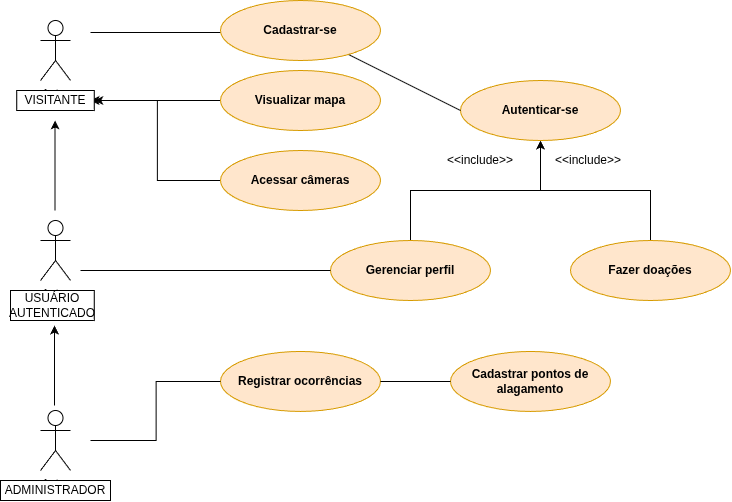
Before: images/DiagramaAQUA.drawio.png, a diagram exported from draw.io (AQUA-Monitoring/.github). Source tidied: cells renumbered, new cells last; positions are measured from the earlier drawing's top-left corner, leaving out a move shared by most shapes.
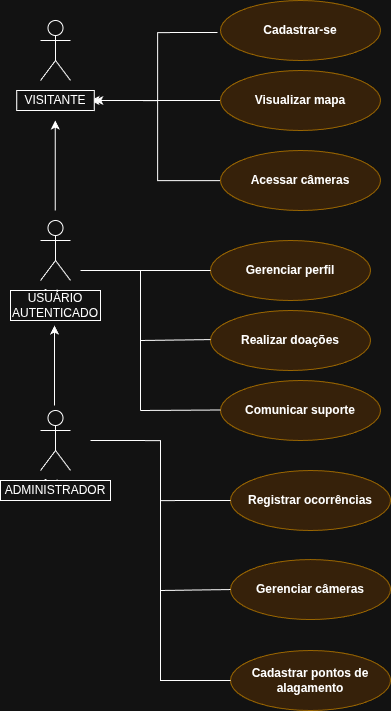
After the change.

Commit message:
DOCS: remove unnecessary actions

What changed in the source:
```diff
@@ -18,7 +18,7 @@
       <mxGeometry x="40" y="410" width="30" height="60" as="geometry" />
     </mxCell>
     <mxCell id="5" value="&lt;b&gt;Registrar ocorrências&lt;/b&gt;" style="ellipse;whiteSpace=wrap;html=1;fillColor=#ffe6cc;strokeColor=#d79b00;" parent="1" vertex="1">
-      <mxGeometry x="220" y="350.9" width="160" height="60" as="geometry" />
+      <mxGeometry x="230" y="470" width="160" height="60" as="geometry" />
     </mxCell>
     <mxCell id="6" style="edgeStyle=orthogonalEdgeStyle;rounded=0;jettySize=auto;html=1;" parent="1" edge="1" source="7">
       <mxGeometry relative="1" as="geometry">
@@ -29,35 +29,34 @@
       <mxGeometry x="220" y="70" width="160" height="60" as="geometry" />
     </mxCell>
     <mxCell id="8" style="edgeStyle=orthogonalEdgeStyle;rounded=0;jettySize=auto;html=1;entryX=1;entryY=0.5;entryDx=0;entryDy=0;" parent="1" edge="1" source="9" target="17">
-      <mxGeometry relative="1" as="geometry" />
+      <mxGeometry relative="1" as="geometry">
+        <Array as="points">
+          <mxPoint x="157" y="180" />
+          <mxPoint x="157" y="100" />
+        </Array>
+      </mxGeometry>
     </mxCell>
     <mxCell id="9" value="&lt;b&gt;Acessar câmeras&lt;/b&gt;" style="ellipse;whiteSpace=wrap;html=1;fillColor=#ffe6cc;strokeColor=#d79b00;" parent="1" vertex="1">
       <mxGeometry x="220" y="150" width="160" height="60" as="geometry" />
     </mxCell>
     <mxCell id="10" value="&lt;b&gt;Cadastrar pontos de alagamento&lt;/b&gt;" style="ellipse;whiteSpace=wrap;html=1;fillColor=#ffe6cc;strokeColor=#d79b00;" parent="1" vertex="1">
-      <mxGeometry x="450" y="350.9" width="160" height="60" as="geometry" />
+      <mxGeometry x="230" y="650" width="160" height="60" as="geometry" />
     </mxCell>
-    <mxCell id="11" style="edgeStyle=orthogonalEdgeStyle;rounded=0;jettySize=auto;html=1;entryX=0.5;entryY=1;entryDx=0;entryDy=0;" parent="1" edge="1" source="12" target="20">
-      <mxGeometry relative="1" as="geometry" />
-    </mxCell>
-    <mxCell id="12" value="&lt;b&gt;Fazer doações&lt;/b&gt;" style="ellipse;whiteSpace=wrap;html=1;fillColor=#ffe6cc;strokeColor=#d79b00;" parent="1" vertex="1">
-      <mxGeometry x="570" y="240" width="160" height="60" as="geometry" />
+    <mxCell id="12" value="&lt;b&gt;Realizar doações&lt;/b&gt;" style="ellipse;whiteSpace=wrap;html=1;fillColor=#ffe6cc;strokeColor=#d79b00;" parent="1" vertex="1">
+      <mxGeometry x="210" y="310" width="160" height="60" as="geometry" />
     </mxCell>
-    <mxCell id="13" style="edgeStyle=orthogonalEdgeStyle;rounded=0;jettySize=auto;html=1;entryX=0.5;entryY=1;entryDx=0;entryDy=0;" parent="1" edge="1" source="14" target="20">
-      <mxGeometry relative="1" as="geometry" />
-    </mxCell>
     <mxCell id="14" value="&lt;b&gt;Gerenciar perfil&lt;/b&gt;" style="ellipse;whiteSpace=wrap;html=1;fillColor=#ffe6cc;strokeColor=#d79b00;" parent="1" vertex="1">
-      <mxGeometry x="330" y="240" width="160" height="60" as="geometry" />
+      <mxGeometry x="210" y="240" width="160" height="60" as="geometry" />
     </mxCell>
-    <mxCell id="15" value="Actor" style="shape=umlActor;verticalLabelPosition=bottom;verticalAlign=top;html=1;" parent="1" vertex="1">
+    <mxCell id="15" style="shape=umlActor;verticalLabelPosition=bottom;verticalAlign=top;html=1;" parent="1" vertex="1">
       <mxGeometry x="40" y="20" width="30" height="60" as="geometry" />
     </mxCell>
     <mxCell id="16" style="edgeStyle=orthogonalEdgeStyle;rounded=0;orthogonalLoop=1;jettySize=auto;html=1;" parent="1" edge="1">
       <mxGeometry relative="1" as="geometry">
-        <mxPoint x="54.5" y="210" as="sourcePoint" />
-        <mxPoint x="54.5" y="120" as="targetPoint" />
+        <mxPoint x="54.8" y="210" as="sourcePoint" />
+        <mxPoint x="54.8" y="120" as="targetPoint" />
         <Array as="points">
-          <mxPoint x="54.5" y="210" />
+          <mxPoint x="54.8" y="210" />
         </Array>
       </mxGeometry>
     </mxCell>
@@ -65,17 +64,11 @@
       <mxGeometry x="16.2" y="90" width="77.5" height="20" as="geometry" />
     </mxCell>
     <mxCell id="18" value="USUÁRIO AUTENTICADO" style="rounded=0;whiteSpace=wrap;html=1;fillColor=default;" parent="1" vertex="1">
-      <mxGeometry x="10" y="290" width="83.8" height="30" as="geometry" />
+      <mxGeometry x="10" y="290" width="90" height="30" as="geometry" />
     </mxCell>
     <mxCell id="19" value="ADMINISTRADOR" style="rounded=0;whiteSpace=wrap;html=1;fillColor=default;" parent="1" vertex="1">
       <mxGeometry y="480" width="110" height="20" as="geometry" />
     </mxCell>
-    <mxCell id="20" value="&lt;b&gt;Autenticar-se&lt;/b&gt;" style="ellipse;whiteSpace=wrap;html=1;fillColor=#ffe6cc;strokeColor=#d79b00;" parent="1" vertex="1">
-      <mxGeometry x="460" y="80" width="160" height="60" as="geometry" />
-    </mxCell>
-    <mxCell id="21" style="endArrow=none;html=1;rounded=0;entryX=0;entryY=0.5;entryDx=0;entryDy=0;" parent="1" edge="1" source="28" target="20">
-      <mxGeometry relative="1" as="geometry" />
-    </mxCell>
     <mxCell id="22" style="endArrow=none;html=1;rounded=0;entryX=0;entryY=0.5;entryDx=0;entryDy=0;" parent="1" edge="1" target="14">
       <mxGeometry relative="1" as="geometry">
         <mxPoint x="80" y="270" as="sourcePoint" />
@@ -84,25 +77,70 @@
     <mxCell id="23" style="endArrow=none;html=1;rounded=0;edgeStyle=orthogonalEdgeStyle;entryX=0;entryY=0.5;entryDx=0;entryDy=0;" parent="1" edge="1" target="5">
       <mxGeometry relative="1" as="geometry">
         <mxPoint x="90" y="440" as="sourcePoint" />
+        <Array as="points">
+          <mxPoint x="160" y="440" />
+          <mxPoint x="160" y="500" />
+        </Array>
       </mxGeometry>
     </mxCell>
-    <mxCell id="24" style="endArrow=none;html=1;rounded=0;entryX=0;entryY=0.5;entryDx=0;entryDy=0;exitX=1;exitY=0.5;exitDx=0;exitDy=0;" parent="1" edge="1" source="5" target="10">
-      <mxGeometry relative="1" as="geometry" />
-    </mxCell>
-    <mxCell id="25" value="&amp;lt;&amp;lt;include&amp;gt;&amp;gt;" style="text;html=1;whiteSpace=wrap;strokeColor=none;fillColor=none;align=center;verticalAlign=middle;rounded=0;rotation=0;" parent="1" vertex="1">
-      <mxGeometry x="558" y="140" width="60" height="40" as="geometry" />
-    </mxCell>
-    <mxCell id="26" value="&amp;lt;&amp;lt;include&amp;gt;&amp;gt;" style="text;html=1;whiteSpace=wrap;strokeColor=none;fillColor=none;align=center;verticalAlign=middle;rounded=0;rotation=0;" parent="1" vertex="1">
-      <mxGeometry x="450" y="145" width="60" height="30" as="geometry" />
-    </mxCell>
-    <mxCell id="27" style="endArrow=none;html=1;rounded=0;entryX=0;entryY=0.5;entryDx=0;entryDy=0;" parent="1" edge="1">
+    <mxCell id="27" style="endArrow=none;html=1;rounded=0;entryX=0;entryY=0.5;entryDx=0;entryDy=0;edgeStyle=orthogonalEdgeStyle;" parent="1" edge="1">
       <mxGeometry relative="1" as="geometry">
-        <mxPoint x="90" y="32" as="sourcePoint" />
-        <mxPoint x="220" y="32" as="targetPoint" />
+        <mxPoint x="97" y="100" as="sourcePoint" />
+        <mxPoint x="217" y="32" as="targetPoint" />
+        <Array as="points">
+          <mxPoint x="157" y="100" />
+          <mxPoint x="157" y="32" />
+        </Array>
       </mxGeometry>
     </mxCell>
     <mxCell id="28" value="&lt;b&gt;Cadastrar-se&lt;/b&gt;" style="ellipse;whiteSpace=wrap;html=1;fillColor=#ffe6cc;strokeColor=#d79b00;" parent="1" vertex="1">
       <mxGeometry x="220" width="160" height="60" as="geometry" />
     </mxCell>
+    <mxCell id="29" value="&lt;b&gt;Gerenciar câmeras&lt;/b&gt;" style="ellipse;whiteSpace=wrap;html=1;fillColor=#ffe6cc;strokeColor=#d79b00;" parent="1" vertex="1">
+      <mxGeometry x="230" y="559" width="160" height="60" as="geometry" />
+    </mxCell>
+    <mxCell id="30" value="&lt;b&gt;Comunicar suporte&lt;/b&gt;" style="ellipse;whiteSpace=wrap;html=1;fillColor=#ffe6cc;strokeColor=#d79b00;" parent="1" vertex="1">
+      <mxGeometry x="220" y="380" width="160" height="60" as="geometry" />
+    </mxCell>
+    <mxCell id="31" style="endArrow=none;html=1;rounded=0;entryX=0;entryY=0.485;entryDx=0;entryDy=0;entryPerimeter=0;" parent="1" edge="1" target="12">
+      <mxGeometry relative="1" as="geometry">
+        <mxPoint x="140" y="340" as="sourcePoint" />
+      </mxGeometry>
+    </mxCell>
+    <mxCell id="32" style="endArrow=none;html=1;rounded=0;" parent="1" edge="1">
+      <mxGeometry relative="1" as="geometry">
+        <mxPoint x="140" y="340" as="sourcePoint" />
+        <mxPoint x="140" y="270" as="targetPoint" />
+      </mxGeometry>
+    </mxCell>
+    <mxCell id="33" style="endArrow=none;html=1;rounded=0;entryX=0;entryY=0.485;entryDx=0;entryDy=0;entryPerimeter=0;" parent="1" edge="1">
+      <mxGeometry relative="1" as="geometry">
+        <mxPoint x="140" y="410" as="sourcePoint" />
+        <mxPoint x="220" y="409.5" as="targetPoint" />
+      </mxGeometry>
+    </mxCell>
+    <mxCell id="34" style="endArrow=none;html=1;rounded=0;" parent="1" edge="1">
+      <mxGeometry relative="1" as="geometry">
+        <mxPoint x="140" y="410" as="sourcePoint" />
+        <mxPoint x="140" y="340" as="targetPoint" />
+      </mxGeometry>
+    </mxCell>
+    <mxCell id="35" style="endArrow=none;html=1;rounded=0;edgeStyle=elbowEdgeStyle;elbow=vertical;exitX=0;exitY=0.5;exitDx=0;exitDy=0;" parent="1" edge="1">
+      <mxGeometry relative="1" as="geometry">
+        <mxPoint x="230" y="589" as="sourcePoint" />
+        <mxPoint x="160" y="490" as="targetPoint" />
+        <Array as="points">
+          <mxPoint x="230" y="590" />
+        </Array>
+      </mxGeometry>
+    </mxCell>
+    <mxCell id="36" style="endArrow=none;html=1;rounded=0;edgeStyle=elbowEdgeStyle;elbow=vertical;exitX=0;exitY=0.5;exitDx=0;exitDy=0;" parent="1" edge="1" source="10">
+      <mxGeometry relative="1" as="geometry">
+        <mxPoint x="160" y="590" as="targetPoint" />
+        <Array as="points">
+          <mxPoint x="200" y="680" />
+        </Array>
+      </mxGeometry>
+    </mxCell>
   </root>
 </mxGraphModel>
```
